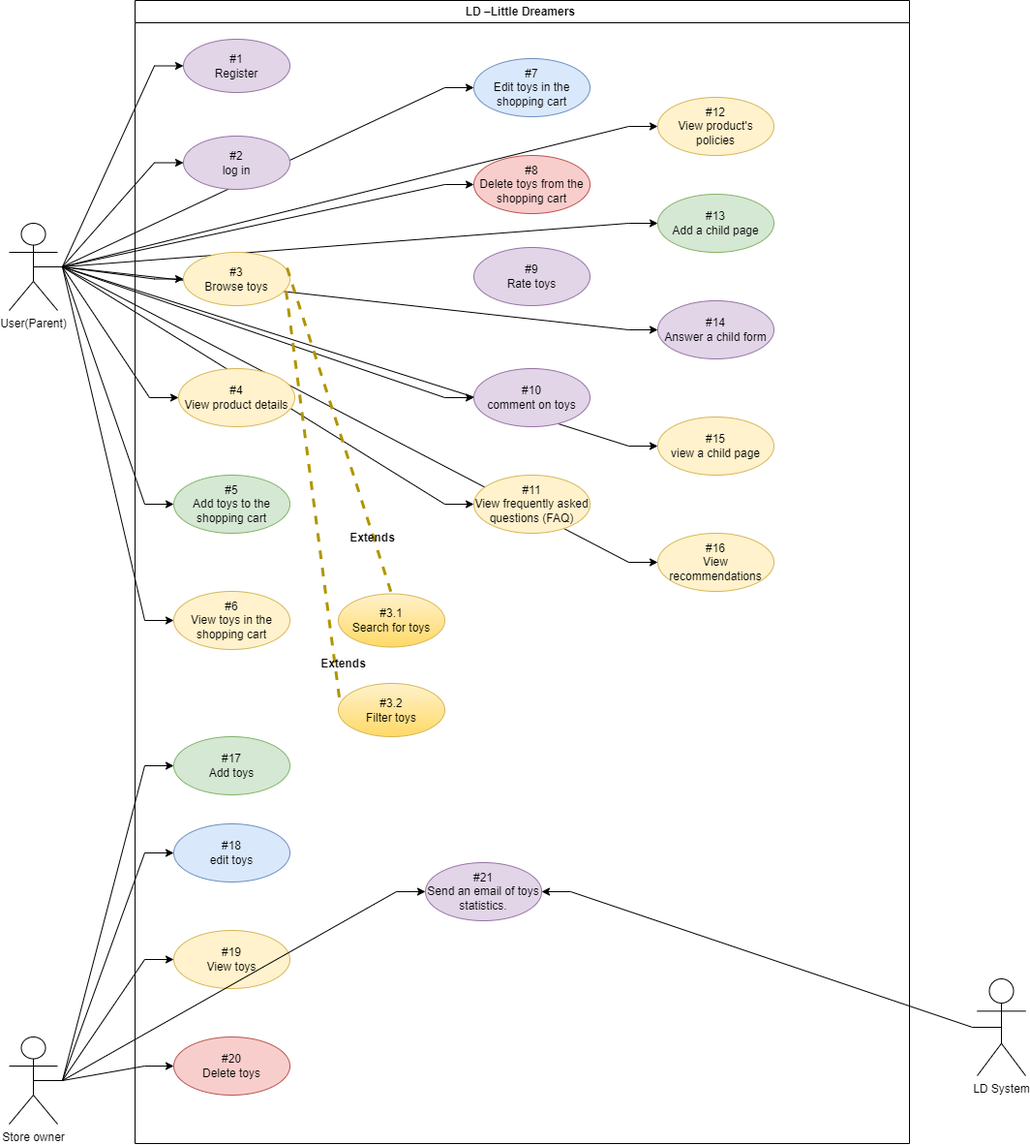
The draw.io diagram LDDiagrams/Usecase Diagram.drawio.png in WalidBabi/LittleDreamers, before a commit. Source tidied: cells renumbered, new cells last; positions are measured from the earlier drawing's top-left corner, leaving out a move shared by most shapes.
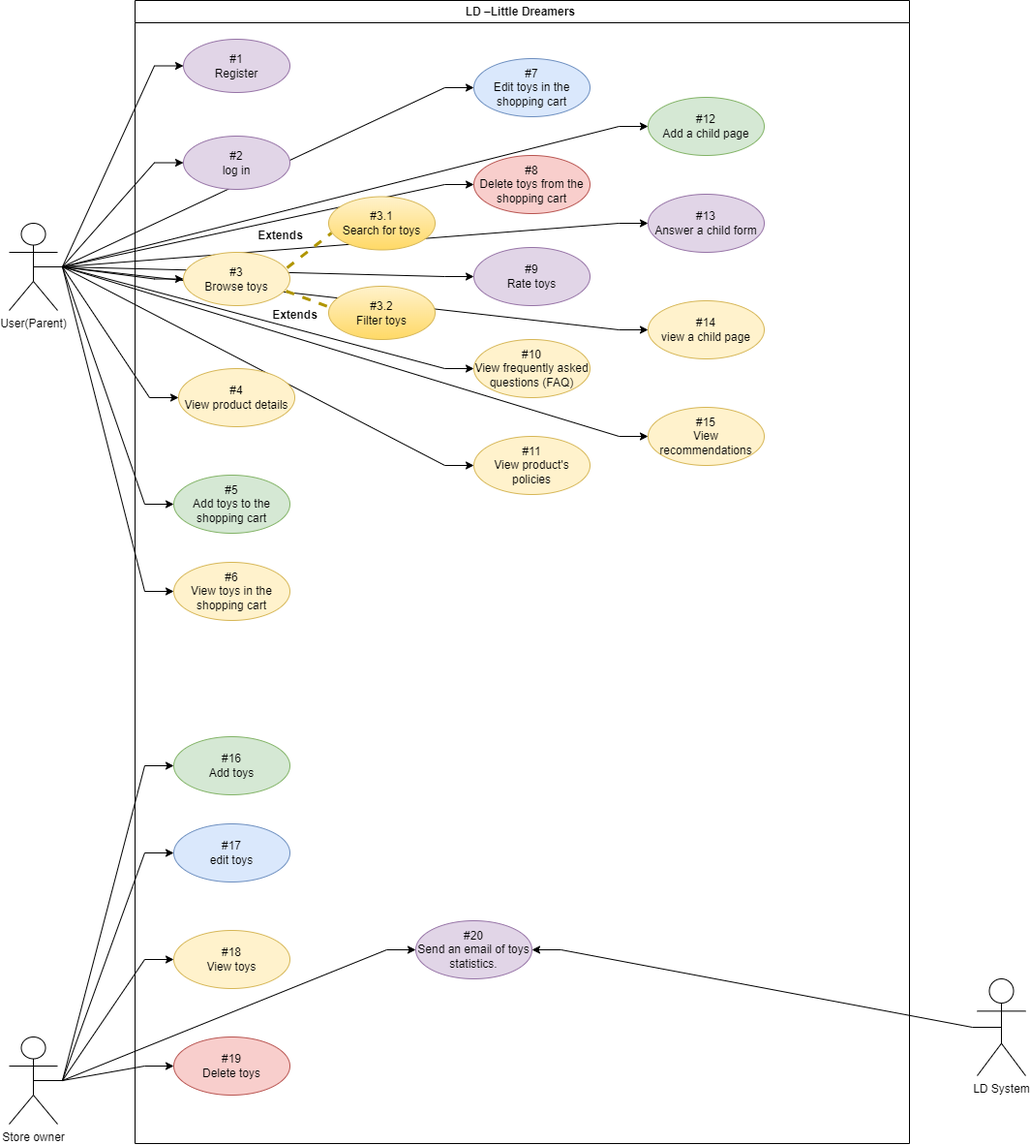
The same diagram one commit later.

The edit, as a diff of the source:
```diff
@@ -26,9 +26,6 @@
     <mxCell id="9" style="edgeStyle=entityRelationEdgeStyle;rounded=0;jettySize=auto;html=1;exitX=0.5;exitY=0.5;exitDx=0;exitDy=0;exitPerimeter=0;entryX=0;entryY=0.5;entryDx=0;entryDy=0;" parent="1" edge="1" source="17" target="26">
       <mxGeometry relative="1" as="geometry" />
     </mxCell>
-    <mxCell id="10" style="edgeStyle=entityRelationEdgeStyle;rounded=0;jettySize=auto;html=1;exitX=0.5;exitY=0.5;exitDx=0;exitDy=0;exitPerimeter=0;entryX=0;entryY=0.5;entryDx=0;entryDy=0;" parent="1" edge="1" source="17" target="28">
-      <mxGeometry relative="1" as="geometry" />
-    </mxCell>
     <mxCell id="11" style="edgeStyle=entityRelationEdgeStyle;rounded=0;jettySize=auto;html=1;exitX=0.5;exitY=0.5;exitDx=0;exitDy=0;exitPerimeter=0;entryX=0;entryY=0.5;entryDx=0;entryDy=0;" parent="1" edge="1" source="17" target="29">
       <mxGeometry relative="1" as="geometry" />
     </mxCell>
@@ -47,6 +44,9 @@
     <mxCell id="16" style="edgeStyle=entityRelationEdgeStyle;rounded=0;jettySize=auto;html=1;exitX=0.5;exitY=0.5;exitDx=0;exitDy=0;exitPerimeter=0;entryX=0;entryY=0.5;entryDx=0;entryDy=0;" parent="1" edge="1" source="17" target="36">
       <mxGeometry relative="1" as="geometry" />
     </mxCell>
+    <mxCell id="54" style="edgeStyle=entityRelationEdgeStyle;rounded=0;jettySize=auto;html=1;exitX=0.5;exitY=0.5;exitDx=0;exitDy=0;exitPerimeter=0;entryX=0;entryY=0.5;entryDx=0;entryDy=0;" parent="1" edge="1" source="17" target="27">
+      <mxGeometry relative="1" as="geometry" />
+    </mxCell>
     <mxCell id="17" value="User(Parent)" style="shape=umlActor;verticalLabelPosition=bottom;verticalAlign=top;html=1;outlineConnect=0;" parent="1" vertex="1">
       <mxGeometry y="230" width="50" height="90" as="geometry" />
     </mxCell>
@@ -63,10 +63,10 @@
       <mxGeometry x="50" y="260" width="110" height="55" as="geometry" />
     </mxCell>
     <mxCell id="22" value="#3.1&lt;br&gt;Search for toys" style="ellipse;whiteSpace=wrap;html=1;fillColor=#fff2cc;strokeColor=#d6b656;gradientColor=#ffd966;" parent="18" vertex="1">
-      <mxGeometry x="210" y="612.5" width="110" height="55" as="geometry" />
+      <mxGeometry x="200" y="202.5" width="110" height="55" as="geometry" />
     </mxCell>
     <mxCell id="23" value="#3.2&lt;br&gt;Filter toys" style="ellipse;whiteSpace=wrap;html=1;fillColor=#fff2cc;strokeColor=#d6b656;gradientColor=#ffd966;" parent="18" vertex="1">
-      <mxGeometry x="210" y="705" width="110" height="55" as="geometry" />
+      <mxGeometry x="200" y="295" width="110" height="55" as="geometry" />
     </mxCell>
     <mxCell id="24" value="#4&lt;br&gt;View product details" style="ellipse;whiteSpace=wrap;html=1;fillColor=#fff2cc;strokeColor=#d6b656;" parent="18" vertex="1">
       <mxGeometry x="45" y="380" width="120" height="60" as="geometry" />
@@ -80,59 +80,56 @@
     <mxCell id="27" value="#9&lt;br&gt;Rate toys" style="ellipse;whiteSpace=wrap;html=1;fillColor=#e1d5e7;strokeColor=#9673a6;" parent="18" vertex="1">
       <mxGeometry x="350" y="255" width="120" height="60" as="geometry" />
     </mxCell>
-    <mxCell id="28" value="#10&lt;br&gt;comment on toys" style="ellipse;whiteSpace=wrap;html=1;fillColor=#e1d5e7;strokeColor=#9673a6;" parent="18" vertex="1">
-      <mxGeometry x="350" y="380" width="120" height="60" as="geometry" />
-    </mxCell>
-    <mxCell id="29" value="#11&lt;br&gt;View frequently asked questions (FAQ)" style="ellipse;whiteSpace=wrap;html=1;fillColor=#fff2cc;strokeColor=#d6b656;" parent="18" vertex="1">
-      <mxGeometry x="350" y="490" width="120" height="60" as="geometry" />
+    <mxCell id="29" value="#10&lt;br&gt;View frequently asked questions (FAQ)" style="ellipse;whiteSpace=wrap;html=1;fillColor=#fff2cc;strokeColor=#d6b656;" parent="18" vertex="1">
+      <mxGeometry x="350" y="350" width="120" height="60" as="geometry" />
     </mxCell>
     <mxCell id="30" value="#7&lt;br&gt;Edit toys in the shopping cart" style="ellipse;whiteSpace=wrap;html=1;fillColor=#dae8fc;strokeColor=#6c8ebf;" parent="18" vertex="1">
       <mxGeometry x="350" y="60" width="120" height="60" as="geometry" />
     </mxCell>
     <mxCell id="31" value="#6&lt;br&gt;View toys in the shopping cart" style="ellipse;whiteSpace=wrap;html=1;fillColor=#fff2cc;strokeColor=#d6b656;" parent="18" vertex="1">
-      <mxGeometry x="40" y="610" width="120" height="60" as="geometry" />
+      <mxGeometry x="40" y="580" width="120" height="60" as="geometry" />
     </mxCell>
-    <mxCell id="32" value="#12&lt;br&gt;View product's policies" style="ellipse;whiteSpace=wrap;html=1;fillColor=#fff2cc;strokeColor=#d6b656;" parent="18" vertex="1">
-      <mxGeometry x="540" y="100" width="120" height="60" as="geometry" />
+    <mxCell id="32" value="#11&lt;br&gt;View product's policies" style="ellipse;whiteSpace=wrap;html=1;fillColor=#fff2cc;strokeColor=#d6b656;" parent="18" vertex="1">
+      <mxGeometry x="350" y="450" width="120" height="60" as="geometry" />
     </mxCell>
-    <mxCell id="33" value="#13&lt;br&gt;Add a child page" style="ellipse;whiteSpace=wrap;html=1;fillColor=#d5e8d4;strokeColor=#82b366;" parent="18" vertex="1">
-      <mxGeometry x="540" y="200" width="120" height="60" as="geometry" />
+    <mxCell id="33" value="#12&lt;br&gt;Add a child page" style="ellipse;whiteSpace=wrap;html=1;fillColor=#d5e8d4;strokeColor=#82b366;" parent="18" vertex="1">
+      <mxGeometry x="530" y="100" width="120" height="60" as="geometry" />
     </mxCell>
-    <mxCell id="34" value="#14&lt;br&gt;Answer a child form" style="ellipse;whiteSpace=wrap;html=1;fillColor=#e1d5e7;strokeColor=#9673a6;" parent="18" vertex="1">
-      <mxGeometry x="540" y="310" width="120" height="60" as="geometry" />
+    <mxCell id="34" value="#13&lt;br&gt;Answer a child form" style="ellipse;whiteSpace=wrap;html=1;fillColor=#e1d5e7;strokeColor=#9673a6;" parent="18" vertex="1">
+      <mxGeometry x="530" y="200" width="120" height="60" as="geometry" />
     </mxCell>
-    <mxCell id="35" value="#15&lt;br&gt;view a child page" style="ellipse;whiteSpace=wrap;html=1;fillColor=#fff2cc;strokeColor=#d6b656;" parent="18" vertex="1">
-      <mxGeometry x="540" y="430" width="120" height="60" as="geometry" />
+    <mxCell id="35" value="#14&lt;br&gt;view a child page" style="ellipse;whiteSpace=wrap;html=1;fillColor=#fff2cc;strokeColor=#d6b656;" parent="18" vertex="1">
+      <mxGeometry x="530" y="310" width="120" height="60" as="geometry" />
     </mxCell>
-    <mxCell id="36" value="#16&lt;br&gt;View recommendations" style="ellipse;whiteSpace=wrap;html=1;fillColor=#fff2cc;strokeColor=#d6b656;" parent="18" vertex="1">
-      <mxGeometry x="540" y="550" width="120" height="60" as="geometry" />
+    <mxCell id="36" value="#15&lt;br&gt;View recommendations" style="ellipse;whiteSpace=wrap;html=1;fillColor=#fff2cc;strokeColor=#d6b656;" parent="18" vertex="1">
+      <mxGeometry x="530" y="420" width="120" height="60" as="geometry" />
     </mxCell>
-    <mxCell id="37" value="#17&lt;br&gt;Add toys" style="ellipse;whiteSpace=wrap;html=1;fillColor=#d5e8d4;strokeColor=#82b366;" parent="18" vertex="1">
+    <mxCell id="37" value="#16&lt;br&gt;Add toys" style="ellipse;whiteSpace=wrap;html=1;fillColor=#d5e8d4;strokeColor=#82b366;" parent="18" vertex="1">
       <mxGeometry x="40" y="760" width="120" height="60" as="geometry" />
     </mxCell>
-    <mxCell id="38" value="#19&lt;br&gt;View toys" style="ellipse;whiteSpace=wrap;html=1;fillColor=#fff2cc;strokeColor=#d6b656;" parent="18" vertex="1">
+    <mxCell id="38" value="#18&lt;br&gt;View toys" style="ellipse;whiteSpace=wrap;html=1;fillColor=#fff2cc;strokeColor=#d6b656;" parent="18" vertex="1">
       <mxGeometry x="40" y="960" width="120" height="60" as="geometry" />
     </mxCell>
-    <mxCell id="39" value="#18&lt;br&gt;edit toys" style="ellipse;whiteSpace=wrap;html=1;fillColor=#dae8fc;strokeColor=#6c8ebf;" parent="18" vertex="1">
+    <mxCell id="39" value="#17&lt;br&gt;edit toys" style="ellipse;whiteSpace=wrap;html=1;fillColor=#dae8fc;strokeColor=#6c8ebf;" parent="18" vertex="1">
       <mxGeometry x="40" y="850" width="120" height="60" as="geometry" />
     </mxCell>
-    <mxCell id="40" value="#20&lt;br&gt;Delete toys" style="ellipse;whiteSpace=wrap;html=1;fillColor=#f8cecc;strokeColor=#b85450;" parent="18" vertex="1">
+    <mxCell id="40" value="#19&lt;br&gt;Delete toys" style="ellipse;whiteSpace=wrap;html=1;fillColor=#f8cecc;strokeColor=#b85450;" parent="18" vertex="1">
       <mxGeometry x="40" y="1070" width="120" height="60" as="geometry" />
     </mxCell>
-    <mxCell id="41" value="#21&lt;br&gt;Send an email of toys statistics." style="ellipse;whiteSpace=wrap;html=1;fillColor=#e1d5e7;strokeColor=#9673a6;" parent="18" vertex="1">
-      <mxGeometry x="300" y="890" width="120" height="60" as="geometry" />
+    <mxCell id="41" value="#20&lt;br&gt;Send an email of toys statistics." style="ellipse;whiteSpace=wrap;html=1;fillColor=#e1d5e7;strokeColor=#9673a6;" parent="18" vertex="1">
+      <mxGeometry x="290" y="950" width="120" height="60" as="geometry" />
     </mxCell>
-    <mxCell id="42" style="endArrow=none;dashed=1;html=1;rounded=0;exitX=0.973;exitY=0.291;exitDx=0;exitDy=0;entryX=0.5;entryY=0;entryDx=0;entryDy=0;fillColor=#e3c800;strokeColor=#B09500;strokeWidth=3;exitPerimeter=0;" parent="18" edge="1" source="21" target="22">
+    <mxCell id="42" style="endArrow=none;dashed=1;html=1;rounded=0;exitX=0.973;exitY=0.291;exitDx=0;exitDy=0;entryX=0.027;entryY=0.682;entryDx=0;entryDy=0;fillColor=#e3c800;strokeColor=#B09500;strokeWidth=3;exitPerimeter=0;entryPerimeter=0;" parent="18" edge="1" source="21" target="22">
       <mxGeometry relative="1" as="geometry" />
     </mxCell>
     <mxCell id="43" style="endArrow=none;dashed=1;html=1;rounded=0;exitX=0.964;exitY=0.727;exitDx=0;exitDy=0;entryX=0.018;entryY=0.4;entryDx=0;entryDy=0;fillColor=#e3c800;strokeColor=#B09500;strokeWidth=3;exitPerimeter=0;entryPerimeter=0;" parent="18" edge="1" source="21" target="23">
       <mxGeometry relative="1" as="geometry" />
     </mxCell>
     <mxCell id="44" value="&lt;b&gt;Extends&lt;/b&gt;" style="text;html=1;align=center;verticalAlign=middle;" parent="18" vertex="1">
-      <mxGeometry x="210" y="540" width="70" height="30" as="geometry" />
+      <mxGeometry x="115" y="227.5" width="70" height="30" as="geometry" />
     </mxCell>
     <mxCell id="45" value="&lt;b&gt;Extends&lt;/b&gt;" style="text;html=1;align=center;verticalAlign=middle;" parent="18" vertex="1">
-      <mxGeometry x="180" y="670" width="70" height="30" as="geometry" />
+      <mxGeometry x="130" y="310" width="70" height="30" as="geometry" />
     </mxCell>
     <mxCell id="46" style="edgeStyle=entityRelationEdgeStyle;rounded=0;jettySize=auto;html=1;exitX=0.5;exitY=0.5;exitDx=0;exitDy=0;exitPerimeter=0;entryX=0;entryY=0.5;entryDx=0;entryDy=0;" parent="1" edge="1" source="51" target="37">
       <mxGeometry relative="1" as="geometry" />
```
